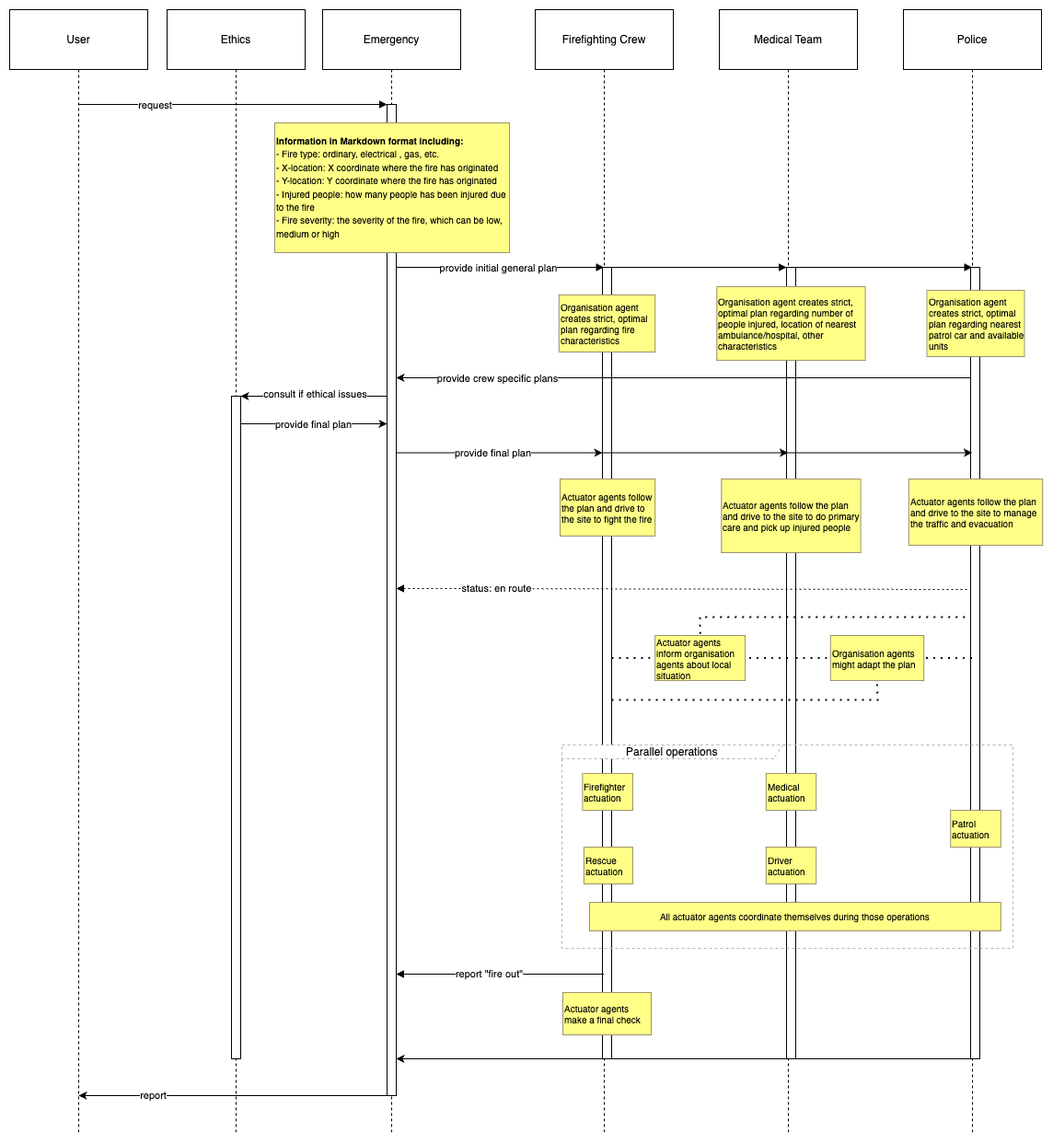
Before: Documents/Sequence_diagram/03_11_sequence_diagram_agent_version.drawio.png, a diagram exported from draw.io (kacperpon/IMAS). Source tidied: cells renumbered, new cells last; positions are measured from the earlier drawing's top-left corner, leaving out a move shared by most shapes.
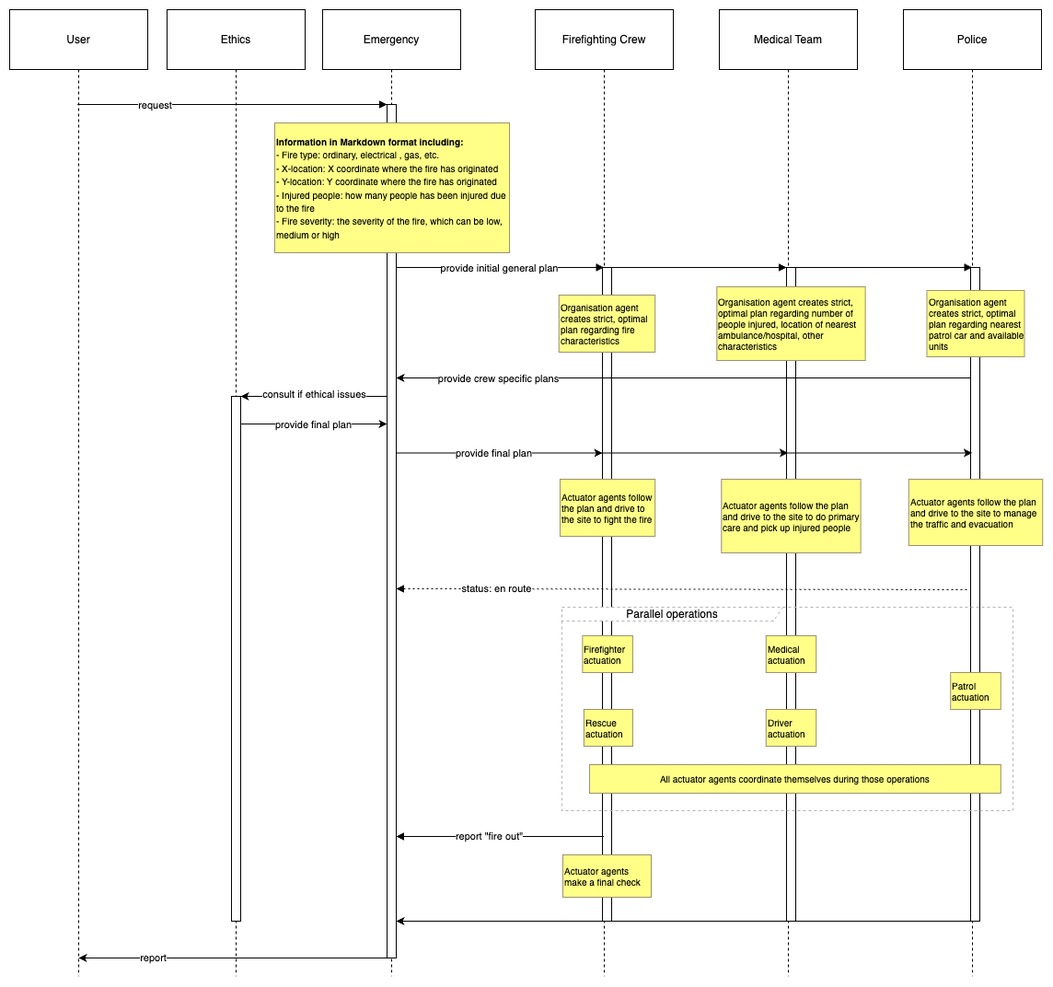
The same file after the commit.

Commit message:
added description of sequence diagram and new sequence diagram

The edit, as a diff of the source:
```diff
@@ -3,34 +3,34 @@
     <mxCell id="0" />
     <mxCell id="1" parent="0" />
     <mxCell id="2" value="User" style="shape=umlLifeline;perimeter=lifelinePerimeter;whiteSpace=wrap;outlineConnect=0;portConstraint=eastwest;newEdgeStyle={&quot;edgeStyle&quot;:&quot;elbowEdgeStyle&quot;,&quot;elbow&quot;:&quot;vertical&quot;,&quot;curved&quot;:0,&quot;rounded&quot;:0};size=65;" parent="1" vertex="1">
-      <mxGeometry width="150" height="1220" as="geometry" />
+      <mxGeometry width="150" height="1050" as="geometry" />
     </mxCell>
     <mxCell id="3" value="Emergency" style="shape=umlLifeline;perimeter=lifelinePerimeter;whiteSpace=wrap;newEdgeStyle={&quot;edgeStyle&quot;:&quot;elbowEdgeStyle&quot;,&quot;elbow&quot;:&quot;vertical&quot;,&quot;curved&quot;:0,&quot;rounded&quot;:0};size=65;" parent="1" vertex="1">
-      <mxGeometry x="340" width="150" height="1220" as="geometry" />
+      <mxGeometry x="340" width="150" height="1050" as="geometry" />
     </mxCell>
     <mxCell id="4" style="points=[];perimeter=orthogonalPerimeter;outlineConnect=0;targetShapes=umlLifeline;portConstraint=eastwest;newEdgeStyle={&quot;edgeStyle&quot;:&quot;elbowEdgeStyle&quot;,&quot;elbow&quot;:&quot;vertical&quot;,&quot;curved&quot;:0,&quot;rounded&quot;:0};" parent="3" vertex="1">
-      <mxGeometry x="70" y="103" width="10" height="1077" as="geometry" />
+      <mxGeometry x="70" y="103" width="10" height="927" as="geometry" />
     </mxCell>
     <mxCell id="5" value="Firefighting Crew" style="shape=umlLifeline;perimeter=lifelinePerimeter;whiteSpace=wrap;outlineConnect=0;portConstraint=eastwest;newEdgeStyle={&quot;edgeStyle&quot;:&quot;elbowEdgeStyle&quot;,&quot;elbow&quot;:&quot;vertical&quot;,&quot;curved&quot;:0,&quot;rounded&quot;:0};size=65;" parent="1" vertex="1">
-      <mxGeometry x="571" width="150" height="1220" as="geometry" />
+      <mxGeometry x="571" width="150" height="1050" as="geometry" />
     </mxCell>
     <mxCell id="6" style="points=[];perimeter=orthogonalPerimeter;outlineConnect=0;targetShapes=umlLifeline;portConstraint=eastwest;newEdgeStyle={&quot;edgeStyle&quot;:&quot;elbowEdgeStyle&quot;,&quot;elbow&quot;:&quot;vertical&quot;,&quot;curved&quot;:0,&quot;rounded&quot;:0};" parent="5" vertex="1">
-      <mxGeometry x="73" y="280" width="10" height="860" as="geometry" />
+      <mxGeometry x="73" y="280" width="10" height="710" as="geometry" />
     </mxCell>
     <mxCell id="7" value="Medical Team" style="shape=umlLifeline;perimeter=lifelinePerimeter;whiteSpace=wrap;outlineConnect=0;portConstraint=eastwest;newEdgeStyle={&quot;edgeStyle&quot;:&quot;elbowEdgeStyle&quot;,&quot;elbow&quot;:&quot;vertical&quot;,&quot;curved&quot;:0,&quot;rounded&quot;:0};size=65;" parent="1" vertex="1">
-      <mxGeometry x="771" width="150" height="1220" as="geometry" />
+      <mxGeometry x="771" width="150" height="1050" as="geometry" />
     </mxCell>
     <mxCell id="8" style="points=[];perimeter=orthogonalPerimeter;outlineConnect=0;targetShapes=umlLifeline;portConstraint=eastwest;newEdgeStyle={&quot;edgeStyle&quot;:&quot;elbowEdgeStyle&quot;,&quot;elbow&quot;:&quot;vertical&quot;,&quot;curved&quot;:0,&quot;rounded&quot;:0};" parent="7" vertex="1">
-      <mxGeometry x="73" y="280" width="10" height="860" as="geometry" />
+      <mxGeometry x="73" y="280" width="10" height="710" as="geometry" />
     </mxCell>
     <mxCell id="9" value="Police" style="shape=umlLifeline;perimeter=lifelinePerimeter;whiteSpace=wrap;outlineConnect=0;portConstraint=eastwest;newEdgeStyle={&quot;edgeStyle&quot;:&quot;elbowEdgeStyle&quot;,&quot;elbow&quot;:&quot;vertical&quot;,&quot;curved&quot;:0,&quot;rounded&quot;:0};size=65;" parent="1" vertex="1">
-      <mxGeometry x="971" width="150" height="1220" as="geometry" />
+      <mxGeometry x="971" width="150" height="1050" as="geometry" />
     </mxCell>
     <mxCell id="10" style="points=[];perimeter=orthogonalPerimeter;outlineConnect=0;targetShapes=umlLifeline;portConstraint=eastwest;newEdgeStyle={&quot;edgeStyle&quot;:&quot;elbowEdgeStyle&quot;,&quot;elbow&quot;:&quot;vertical&quot;,&quot;curved&quot;:0,&quot;rounded&quot;:0};" parent="9" vertex="1">
-      <mxGeometry x="73" y="280" width="10" height="860" as="geometry" />
+      <mxGeometry x="73" y="280" width="10" height="710" as="geometry" />
     </mxCell>
     <mxCell id="11" value="Parallel operations" style="shape=umlFrame;dashed=1;strokeColor=#B3B3B3;height=15;width=240;" parent="1" vertex="1">
-      <mxGeometry x="600" y="799" width="490" height="221" as="geometry" />
+      <mxGeometry x="600" y="649" width="490" height="221" as="geometry" />
     </mxCell>
     <mxCell id="12" style="verticalAlign=bottom;edgeStyle=elbowEdgeStyle;elbow=vertical;curved=0;rounded=0;endArrow=block;" parent="1" edge="1" source="2" target="4">
       <mxGeometry x="-0.43" relative="1" as="geometry">
@@ -84,11 +84,12 @@
     <mxCell id="19" value="status: en route" style="edgeLabel;html=1;align=center;verticalAlign=middle;" parent="18" vertex="1">
       <mxGeometry x="0.65" y="-1" relative="1" as="geometry" />
     </mxCell>
-    <mxCell id="20" style="verticalAlign=bottom;edgeStyle=elbowEdgeStyle;elbow=vertical;curved=0;rounded=0;endArrow=block;" parent="1" edge="1" source="5">
+    <mxCell id="20" style="verticalAlign=bottom;edgeStyle=elbowEdgeStyle;elbow=vertical;curved=0;rounded=0;endArrow=block;" parent="1" edge="1">
       <mxGeometry relative="1" as="geometry">
-        <mxPoint x="420" y="1048" as="targetPoint" />
+        <mxPoint x="645.5" y="898" as="sourcePoint" />
+        <mxPoint x="420" y="898" as="targetPoint" />
         <Array as="points">
-          <mxPoint x="567" y="1048" />
+          <mxPoint x="567" y="898" />
         </Array>
       </mxGeometry>
     </mxCell>
@@ -109,23 +110,20 @@
     <mxCell id="25" value="Actuator agents follow the plan and drive to the site to manage the traffic and evacuation" style="fillColor=#ffff88;strokeColor=#9E916F;whiteSpace=wrap;html=1;fontSize=10;align=left;" parent="1" vertex="1">
       <mxGeometry x="976.8" y="510" width="145.5" height="72" as="geometry" />
     </mxCell>
-    <mxCell id="26" value="Actuator agents inform organisation agents about local situation" style="fillColor=#ffff88;strokeColor=#9E916F;fontSize=10;whiteSpace=wrap;html=1;align=left;" parent="1" vertex="1">
-      <mxGeometry x="701.2" y="680" width="97.9" height="49" as="geometry" />
-    </mxCell>
     <mxCell id="27" value="&lt;div&gt;Firefighter actuation&lt;/div&gt;" style="fillColor=#ffff88;strokeColor=#9E916F;whiteSpace=wrap;html=1;align=left;fontSize=10;" parent="1" vertex="1">
-      <mxGeometry x="622.4" y="830" width="54.5" height="40" as="geometry" />
+      <mxGeometry x="622.4" y="680" width="54.5" height="40" as="geometry" />
     </mxCell>
     <mxCell id="28" value="All actuator agents coordinate themselves during those operations" style="fillColor=#ffff88;strokeColor=#9E916F;fontSize=10;" parent="1" vertex="1">
-      <mxGeometry x="630" y="970" width="446.8" height="31" as="geometry" />
+      <mxGeometry x="630" y="820" width="446.8" height="31" as="geometry" />
     </mxCell>
     <mxCell id="29" value="Actuator agents make a final check" style="fillColor=#ffff88;strokeColor=#9E916F;align=left;fontSize=10;whiteSpace=wrap;html=1;" parent="1" vertex="1">
-      <mxGeometry x="601" y="1068" width="96" height="46" as="geometry" />
+      <mxGeometry x="601" y="918" width="96" height="46" as="geometry" />
     </mxCell>
     <mxCell id="30" value="Ethics" style="shape=umlLifeline;perimeter=lifelinePerimeter;whiteSpace=wrap;newEdgeStyle={&quot;edgeStyle&quot;:&quot;elbowEdgeStyle&quot;,&quot;elbow&quot;:&quot;vertical&quot;,&quot;curved&quot;:0,&quot;rounded&quot;:0};size=65;" parent="1" vertex="1">
-      <mxGeometry x="171" width="150" height="1220" as="geometry" />
+      <mxGeometry x="171" width="150" height="1050" as="geometry" />
     </mxCell>
     <mxCell id="31" style="points=[];perimeter=orthogonalPerimeter;outlineConnect=0;targetShapes=umlLifeline;portConstraint=eastwest;newEdgeStyle={&quot;edgeStyle&quot;:&quot;elbowEdgeStyle&quot;,&quot;elbow&quot;:&quot;vertical&quot;,&quot;curved&quot;:0,&quot;rounded&quot;:0};" parent="30" vertex="1">
-      <mxGeometry x="70" y="420" width="10" height="720" as="geometry" />
+      <mxGeometry x="70" y="420" width="10" height="570" as="geometry" />
     </mxCell>
     <mxCell id="32" style="endArrow=classic;html=1;rounded=0;" parent="1" edge="1" target="31">
       <mxGeometry relative="1" as="geometry">
@@ -153,56 +151,28 @@
     <mxCell id="38" value="Organisation agent creates strict, optimal plan regarding nearest patrol car and available units" style="fillColor=#ffff88;strokeColor=#9E916F;whiteSpace=wrap;html=1;fontSize=10;align=left;" parent="1" vertex="1">
       <mxGeometry x="996.5" y="305" width="106" height="72" as="geometry" />
     </mxCell>
-    <mxCell id="39" value="&lt;div&gt;Organisation agents might adapt the plan&lt;/div&gt;" style="fillColor=#ffff88;strokeColor=#9E916F;fontSize=10;whiteSpace=wrap;html=1;align=left;" parent="1" vertex="1">
-      <mxGeometry x="891.8" y="680" width="101.5" height="49" as="geometry" />
-    </mxCell>
-    <mxCell id="40" style="endArrow=none;dashed=1;html=1;dashPattern=1 3;strokeWidth=2;rounded=0;entryX=0;entryY=0.5;entryDx=0;entryDy=0;" parent="1" edge="1" source="6" target="26">
-      <mxGeometry relative="1" as="geometry" />
-    </mxCell>
-    <mxCell id="41" style="endArrow=none;dashed=1;html=1;dashPattern=1 3;strokeWidth=2;rounded=0;entryX=1;entryY=0.5;entryDx=0;entryDy=0;" parent="1" edge="1" source="7" target="26">
-      <mxGeometry relative="1" as="geometry" />
-    </mxCell>
-    <mxCell id="42" style="endArrow=none;dashed=1;html=1;dashPattern=1 3;strokeWidth=2;rounded=0;entryX=0.5;entryY=0;entryDx=0;entryDy=0;" parent="1" edge="1" target="26">
-      <mxGeometry relative="1" as="geometry">
-        <mxPoint x="1037.8" y="660" as="sourcePoint" />
-        <Array as="points">
-          <mxPoint x="750" y="660" />
-        </Array>
-      </mxGeometry>
-    </mxCell>
-    <mxCell id="43" style="endArrow=none;dashed=1;html=1;dashPattern=1 3;strokeWidth=2;rounded=0;entryX=0;entryY=0.5;entryDx=0;entryDy=0;" parent="1" edge="1" source="8" target="39">
-      <mxGeometry relative="1" as="geometry" />
-    </mxCell>
-    <mxCell id="44" style="endArrow=none;dashed=1;html=1;dashPattern=1 3;strokeWidth=2;rounded=0;entryX=1;entryY=0.5;entryDx=0;entryDy=0;" parent="1" edge="1" source="9" target="39">
-      <mxGeometry relative="1" as="geometry" />
-    </mxCell>
-    <mxCell id="45" style="endArrow=none;dashed=1;html=1;dashPattern=1 3;strokeWidth=2;rounded=0;entryX=0.5;entryY=1;entryDx=0;entryDy=0;" parent="1" edge="1" source="6" target="39">
-      <mxGeometry relative="1" as="geometry">
-        <Array as="points">
-          <mxPoint x="943" y="750" />
-        </Array>
-      </mxGeometry>
-    </mxCell>
     <mxCell id="46" value="&lt;div&gt;&lt;span style=&quot;background-color: initial;&quot;&gt;Rescue actuation&lt;/span&gt;&lt;/div&gt;" style="fillColor=#ffff88;strokeColor=#9E916F;whiteSpace=wrap;html=1;align=left;fontSize=10;" parent="1" vertex="1">
-      <mxGeometry x="623.9" y="910" width="53" height="40" as="geometry" />
+      <mxGeometry x="623.9" y="760" width="53" height="40" as="geometry" />
     </mxCell>
     <mxCell id="47" value="&lt;div&gt;Medical actuation&lt;/div&gt;" style="fillColor=#ffff88;strokeColor=#9E916F;whiteSpace=wrap;html=1;align=left;fontSize=10;" parent="1" vertex="1">
-      <mxGeometry x="821.8" y="830" width="54.5" height="40" as="geometry" />
+      <mxGeometry x="821.8" y="680" width="54.5" height="40" as="geometry" />
     </mxCell>
     <mxCell id="48" value="Driver actuation" style="fillColor=#ffff88;strokeColor=#9E916F;whiteSpace=wrap;html=1;align=left;fontSize=10;" parent="1" vertex="1">
-      <mxGeometry x="821.8" y="910" width="54.5" height="40" as="geometry" />
+      <mxGeometry x="821.8" y="760" width="54.5" height="40" as="geometry" />
     </mxCell>
     <mxCell id="49" value="Patrol actuation" style="fillColor=#ffff88;strokeColor=#9E916F;whiteSpace=wrap;html=1;align=left;fontSize=10;" parent="1" vertex="1">
-      <mxGeometry x="1022.2" y="870" width="54.5" height="40" as="geometry" />
+      <mxGeometry x="1022.2" y="720" width="54.5" height="40" as="geometry" />
     </mxCell>
-    <mxCell id="50" style="endArrow=classic;html=1;rounded=0;" parent="1" edge="1" source="10">
+    <mxCell id="50" style="endArrow=classic;html=1;rounded=0;" parent="1" edge="1">
       <mxGeometry relative="1" as="geometry">
-        <mxPoint x="420" y="1140" as="targetPoint" />
+        <mxPoint x="1044" y="990" as="sourcePoint" />
+        <mxPoint x="420" y="990" as="targetPoint" />
       </mxGeometry>
     </mxCell>
-    <mxCell id="51" style="endArrow=classic;html=1;rounded=0;" parent="1" edge="1" source="4">
+    <mxCell id="51" style="endArrow=classic;html=1;rounded=0;" parent="1" edge="1">
       <mxGeometry relative="1" as="geometry">
-        <mxPoint x="75" y="1180" as="targetPoint" />
+        <mxPoint x="410" y="1030" as="sourcePoint" />
+        <mxPoint x="75" y="1030" as="targetPoint" />
       </mxGeometry>
     </mxCell>
     <mxCell id="52" value="report" style="edgeLabel;html=1;align=center;verticalAlign=middle;" parent="51" vertex="1">
```
